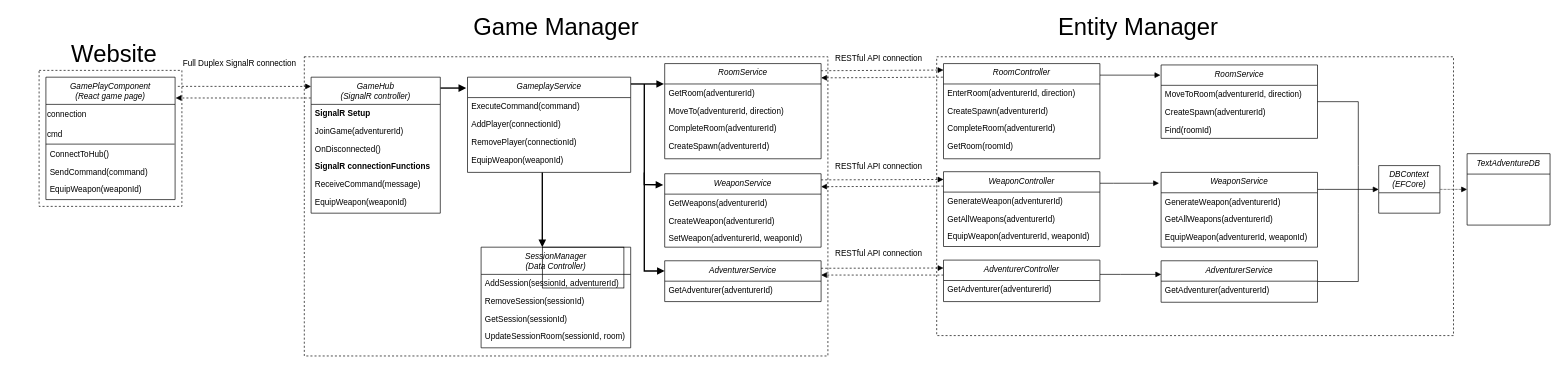
Thomas-Molen/FHICT-S3-IP keeps this draw.io diagram as Documentation/Diagrams/ClassDiagram.drawio. Above is the earlier version. Source tidied: cells renumbered, new cells numbered last; positions are measured from the earlier drawing's top-left corner, leaving out a move shared by most shapes. Both pictures are drawn from the tidied source at 68%, with x=0, y=0 at pixel (39, 16).
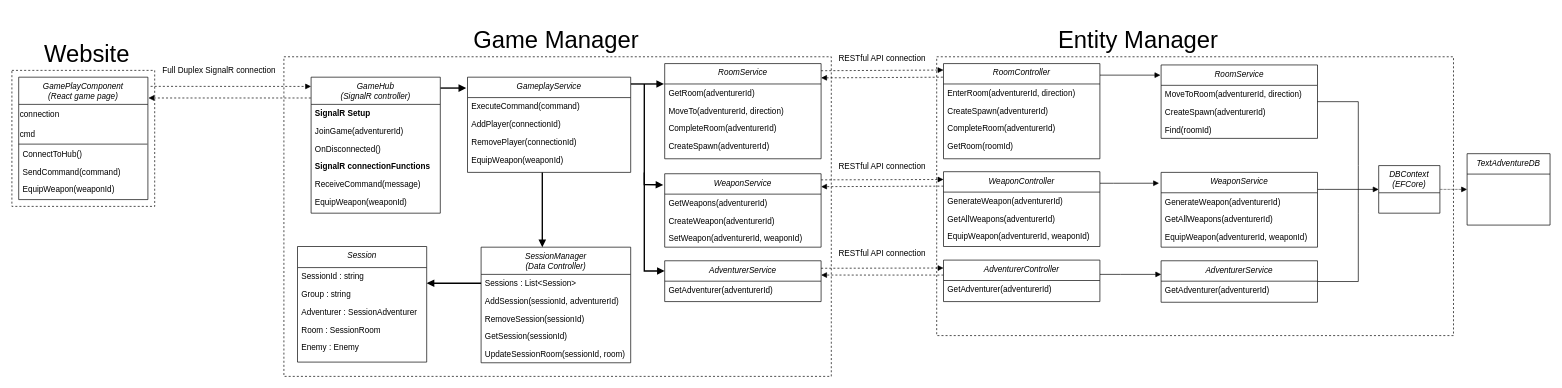
The same diagram, later.

The edit, as a diff of the source:
```diff
@@
     <mxCell id="10" value="&lt;font style=&quot;font-size: 35px&quot;&gt;Game Manager&lt;/font&gt;" style="text;html=1;align=center;verticalAlign=middle;strokeColor=none;fillColor=none;" parent="1" vertex="1">
-      <mxGeometry x="630" width="260" height="30" as="geometry" />
+      <mxGeometry x="630" y="20" width="260" height="30" as="geometry" />
     </mxCell>
     <mxCell id="11" value="SessionManager&#10;(Data Controller)" style="swimlane;fontStyle=2;align=center;verticalAlign=top;horizontal=1;startSize=40;rounded=0;shadow=0;strokeWidth=1;" parent="1" vertex="1">
-      <mxGeometry x="650" y="340" width="220" height="148" as="geometry" />
+      <mxGeometry x="650" y="340" width="220" height="170" as="geometry" />
     </mxCell>
+    <mxCell id="91" value="Sessions : List&lt;Session&gt;" style="text;align=left;verticalAlign=top;spacingLeft=4;spacingRight=4;overflow=hidden;points=[[0,0.5],[1,0.5]];portConstraint=eastwest;fontStyle=0;" parent="11" vertex="1">
+      <mxGeometry y="40" width="220" height="26" as="geometry" />
+    </mxCell>
     <mxCell id="12" value="AddSession(sessionId, adventurerId)" style="text;align=left;verticalAlign=top;spacingLeft=4;spacingRight=4;overflow=hidden;fontStyle=0;" parent="11" vertex="1">
-      <mxGeometry y="40" width="220" height="26" as="geometry" />
+      <mxGeometry y="66" width="220" height="26" as="geometry" />
     </mxCell>
     <mxCell id="13" value="RemoveSession(sessionId)" style="text;align=left;verticalAlign=top;spacingLeft=4;spacingRight=4;overflow=hidden;rounded=0;shadow=0;html=0;" parent="11" vertex="1">
-      <mxGeometry y="66" width="220" height="26" as="geometry" />
+      <mxGeometry y="92" width="220" height="26" as="geometry" />
     </mxCell>
     <mxCell id="14" value="GetSession(sessionId)" style="text;align=left;verticalAlign=top;spacingLeft=4;spacingRight=4;overflow=hidden;" parent="11" vertex="1">
-      <mxGeometry y="92" width="220" height="26" as="geometry" />
+      <mxGeometry y="118" width="220" height="26" as="geometry" />
     </mxCell>
     <mxCell id="15" value="UpdateSessionRoom(sessionId, room)" style="text;align=left;verticalAlign=top;spacingLeft=4;spacingRight=4;overflow=hidden;rounded=0;shadow=0;html=0;" parent="11" vertex="1">
-      <mxGeometry y="118" width="220" height="26" as="geometry" />
+      <mxGeometry y="144" width="220" height="26" as="geometry" />
     </mxCell>
@@
     <mxCell id="36" value="GamePlayComponent&#10;(React game page)" style="swimlane;fontStyle=2;align=center;verticalAlign=top;horizontal=1;startSize=40;rounded=0;shadow=0;strokeWidth=1;" parent="1" vertex="1">
-      <mxGeometry x="10" y="90" width="190" height="180" as="geometry" />
+      <mxGeometry x="-30" y="90" width="190" height="180" as="geometry" />
     </mxCell>
@@
     <mxCell id="47" value="Full Duplex SignalR connection" style="text;html=1;strokeColor=none;fillColor=none;align=center;verticalAlign=middle;whiteSpace=wrap;rounded=0;" parent="1" vertex="1">
-      <mxGeometry x="210" y="60" width="170" height="20" as="geometry" />
+      <mxGeometry x="180" y="70" width="170" height="20" as="geometry" />
     </mxCell>
     <mxCell id="48" value="RESTful API connection" style="text;html=1;strokeColor=none;fillColor=none;align=center;verticalAlign=middle;whiteSpace=wrap;rounded=0;" parent="1" vertex="1">
-      <mxGeometry x="1160" y="52" width="150" height="20" as="geometry" />
+      <mxGeometry x="1165" y="52" width="150" height="20" as="geometry" />
     </mxCell>
     <mxCell id="49" value="&lt;font style=&quot;font-size: 35px&quot;&gt;Website&lt;/font&gt;" style="text;html=1;align=center;verticalAlign=middle;strokeColor=none;fillColor=none;" parent="1" vertex="1">
-      <mxGeometry x="40" y="40" width="140" height="30" as="geometry" />
+      <mxGeometry y="40" width="140" height="30" as="geometry" />
     </mxCell>
     <mxCell id="50" value="&lt;font style=&quot;font-size: 35px&quot;&gt;Entity Manager&lt;/font&gt;" style="text;html=1;align=center;verticalAlign=middle;strokeColor=none;fillColor=none;" parent="1" vertex="1">
-      <mxGeometry x="1491" width="250" height="30" as="geometry" />
+      <mxGeometry x="1491" y="20" width="250" height="30" as="geometry" />
     </mxCell>
@@
     <mxCell id="60" value="RESTful API connection" style="text;html=1;strokeColor=none;fillColor=none;align=center;verticalAlign=middle;whiteSpace=wrap;rounded=0;" parent="1" vertex="1">
-      <mxGeometry x="1160" y="212" width="150" height="20" as="geometry" />
+      <mxGeometry x="1165" y="212" width="150" height="20" as="geometry" />
     </mxCell>
     <mxCell id="61" value="RESTful API connection" style="text;html=1;strokeColor=none;fillColor=none;align=center;verticalAlign=middle;whiteSpace=wrap;rounded=0;" parent="1" vertex="1">
-      <mxGeometry x="1160" y="339" width="150" height="20" as="geometry" />
+      <mxGeometry x="1165" y="340" width="150" height="20" as="geometry" />
     </mxCell>
@@
     <mxCell id="87" style="rounded=0;whiteSpace=wrap;html=1;fillColor=none;dashed=1;" parent="1" vertex="1">
-      <mxGeometry x="390" y="60" width="770" height="440" as="geometry" />
+      <mxGeometry x="360" y="60" width="805" height="470" as="geometry" />
     </mxCell>
@@
     <mxCell id="89" style="rounded=0;whiteSpace=wrap;html=1;fillColor=none;dashed=1;" parent="1" vertex="1">
-      <mxGeometry y="80" width="210" height="200" as="geometry" />
+      <mxGeometry x="-40" y="80" width="210" height="200" as="geometry" />
     </mxCell>
-    <mxCell id="90" style="rounded=0;whiteSpace=wrap;html=1;fillColor=none;" parent="1" vertex="1">
-      <mxGeometry x="740" y="340" width="120" height="60" as="geometry" />
-    </mxCell>
+    <mxCell id="92" style="edgeStyle=orthogonalEdgeStyle;rounded=0;jettySize=auto;html=1;fontSize=35;endArrow=block;endFill=1;strokeWidth=2;exitX=0;exitY=0.5;exitDx=0;exitDy=0;" parent="1" edge="1" source="91">
+      <mxGeometry relative="1" as="geometry">
+        <mxPoint x="570" y="393" as="targetPoint" />
+        <Array as="points">
+          <mxPoint x="570" y="393" />
+        </Array>
+      </mxGeometry>
+    </mxCell>
+    <mxCell id="93" value="Session" style="swimlane;fontStyle=2;align=center;verticalAlign=top;horizontal=1;startSize=31;rounded=0;shadow=0;strokeWidth=1;" parent="1" vertex="1">
+      <mxGeometry x="380" y="339" width="190" height="170" as="geometry" />
+    </mxCell>
+    <mxCell id="94" value="SessionId : string" style="text;align=left;verticalAlign=top;spacingLeft=4;spacingRight=4;overflow=hidden;fontStyle=0;" parent="93" vertex="1">
+      <mxGeometry y="31" width="190" height="26" as="geometry" />
+    </mxCell>
+    <mxCell id="95" value="Group : string" style="text;align=left;verticalAlign=top;spacingLeft=4;spacingRight=4;overflow=hidden;fontStyle=0;" parent="93" vertex="1">
+      <mxGeometry y="57" width="190" height="26" as="geometry" />
+    </mxCell>
+    <mxCell id="96" value="Adventurer : SessionAdventurer" style="text;align=left;verticalAlign=top;spacingLeft=4;spacingRight=4;overflow=hidden;rounded=0;shadow=0;html=0;" parent="93" vertex="1">
+      <mxGeometry y="83" width="190" height="26" as="geometry" />
+    </mxCell>
+    <mxCell id="97" value="Room : SessionRoom" style="text;align=left;verticalAlign=top;spacingLeft=4;spacingRight=4;overflow=hidden;" parent="93" vertex="1">
+      <mxGeometry y="109" width="190" height="26" as="geometry" />
+    </mxCell>
+    <mxCell id="98" value="Enemy : Enemy" style="text;align=left;verticalAlign=top;spacingLeft=4;spacingRight=4;overflow=hidden;rounded=0;shadow=0;html=0;" parent="93" vertex="1">
+      <mxGeometry y="135" width="190" height="26" as="geometry" />
+    </mxCell>
```
